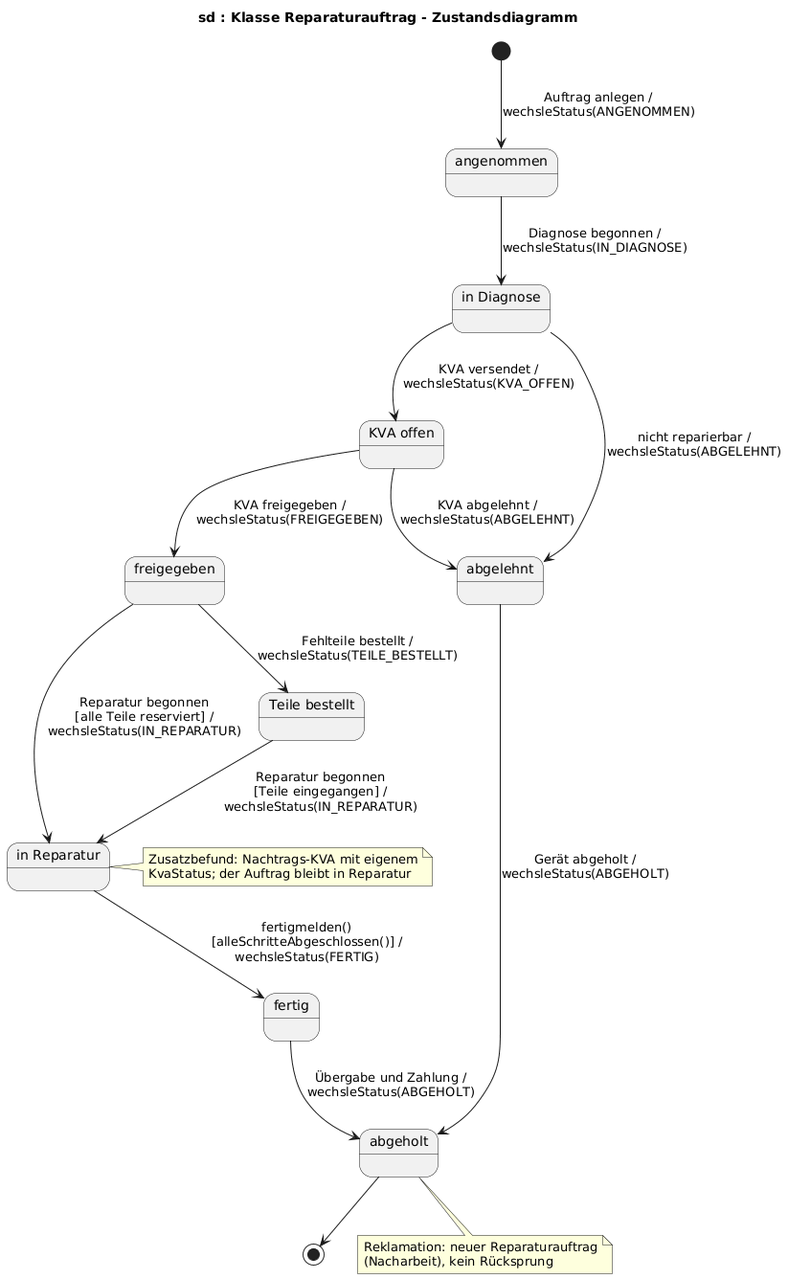
This is uml/zustand-reparaturauftrag.png from jakobschwan123-cmd/casestudy-semester-3, a PlantUML export, as it was before one commit.
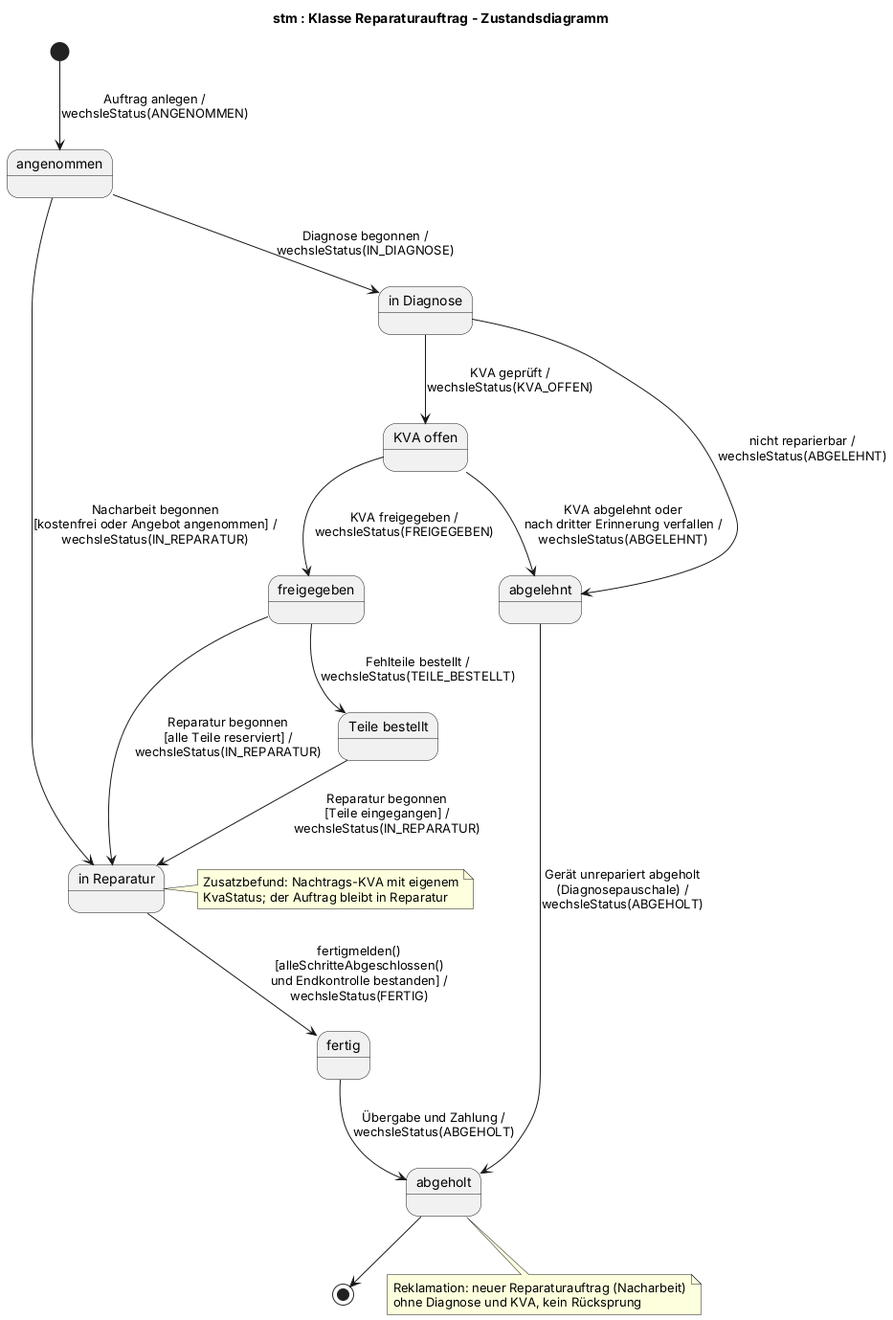
After the commit.

Diff of the diagram source:
```diff
@@ -1,5 +1,5 @@
 @startuml
-title sd : Klasse Reparaturauftrag - Zustandsdiagramm
+title stm : Klasse Reparaturauftrag - Zustandsdiagramm
 skinparam defaultFontName Arial
 state "angenommen" as angenommen
 state "in Diagnose" as inDiagnose
@@ -12,23 +12,24 @@
 state "abgeholt" as abgeholt
 [*] --> angenommen : Auftrag anlegen /\nwechsleStatus(ANGENOMMEN)
 angenommen --> inDiagnose : Diagnose begonnen /\nwechsleStatus(IN_DIAGNOSE)
-inDiagnose --> kvaOffen : KVA versendet /\nwechsleStatus(KVA_OFFEN)
+inDiagnose --> kvaOffen : KVA geprüft /\nwechsleStatus(KVA_OFFEN)
 inDiagnose --> abgelehnt : nicht reparierbar /\nwechsleStatus(ABGELEHNT)
 kvaOffen --> freigegeben : KVA freigegeben /\nwechsleStatus(FREIGEGEBEN)
-kvaOffen --> abgelehnt : KVA abgelehnt /\nwechsleStatus(ABGELEHNT)
+kvaOffen --> abgelehnt : KVA abgelehnt oder\nnach dritter Erinnerung verfallen /\nwechsleStatus(ABGELEHNT)
 freigegeben --> teileBestellt : Fehlteile bestellt /\nwechsleStatus(TEILE_BESTELLT)
 freigegeben --> inReparatur : Reparatur begonnen\n[alle Teile reserviert] /\nwechsleStatus(IN_REPARATUR)
 teileBestellt --> inReparatur : Reparatur begonnen\n[Teile eingegangen] /\nwechsleStatus(IN_REPARATUR)
-inReparatur --> fertig : fertigmelden()\n[alleSchritteAbgeschlossen()] /\nwechsleStatus(FERTIG)
+angenommen --> inReparatur : Nacharbeit begonnen\n[kostenfrei oder Angebot angenommen] /\nwechsleStatus(IN_REPARATUR)
+inReparatur --> fertig : fertigmelden()\n[alleSchritteAbgeschlossen()\nund Endkontrolle bestanden] /\nwechsleStatus(FERTIG)
 fertig --> abgeholt : Übergabe und Zahlung /\nwechsleStatus(ABGEHOLT)
-abgelehnt --> abgeholt : Gerät abgeholt /\nwechsleStatus(ABGEHOLT)
+abgelehnt --> abgeholt : Gerät unrepariert abgeholt\n(Diagnosepauschale) /\nwechsleStatus(ABGEHOLT)
 abgeholt --> [*]
 note right of inReparatur
   Zusatzbefund: Nachtrags-KVA mit eigenem
   KvaStatus; der Auftrag bleibt in Reparatur
 end note
 note bottom of abgeholt
-  Reklamation: neuer Reparaturauftrag
-  (Nacharbeit), kein Rücksprung
+  Reklamation: neuer Reparaturauftrag (Nacharbeit)
+  ohne Diagnose und KVA, kein Rücksprung
 end note
 @enduml
```
